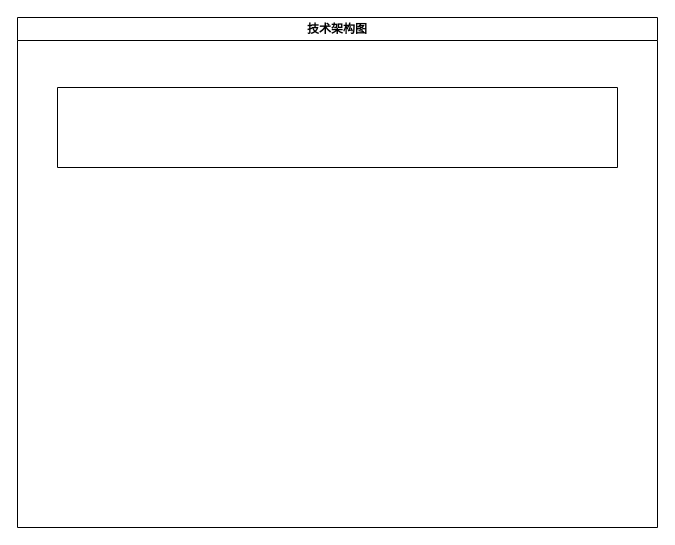
This is biz_flow/虚拟化引擎设计.drawio from hlld3344/diagrams, a draw.io file, before an edit. Source tidied: cells renumbered, new cells numbered last; positions are measured from the earlier drawing's top-left corner, leaving out a move shared by most shapes. Both pictures are drawn from the tidied source at 100%, with x=0, y=0 at pixel (17, 17).
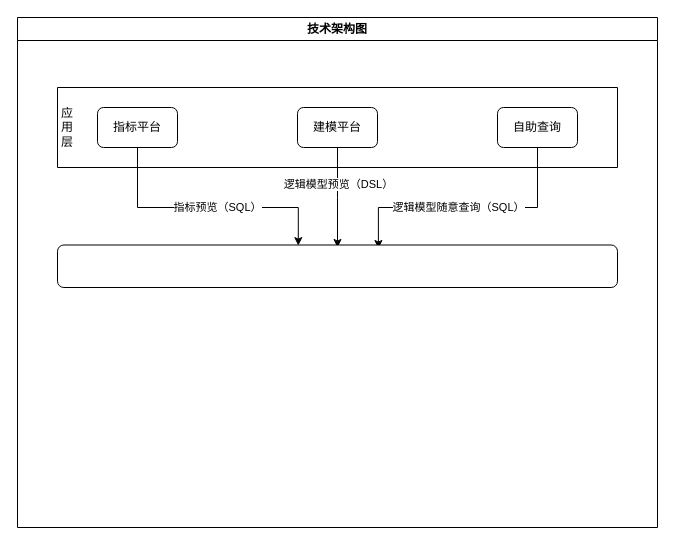
The same page after the edit.

Commit message (it also covers changes not shown here):
更新虚拟化引擎设计.drawio

What changed in the source:
```diff
@@
 <mxGraphModel>
   <root>
     <mxCell id="0" />
     <mxCell id="1" parent="0" />
     <mxCell id="2" value="技术架构图" style="swimlane;whiteSpace=wrap;html=1;" parent="1" vertex="1">
       <mxGeometry width="640" height="510" as="geometry" />
     </mxCell>
     <mxCell id="3" style="swimlane;startSize=0;" parent="2" vertex="1">
       <mxGeometry x="40" y="70" width="560" height="80" as="geometry" />
     </mxCell>
+    <mxCell id="4" value="指标平台" style="rounded=1;whiteSpace=wrap;html=1;" parent="3" vertex="1">
+      <mxGeometry x="40" y="20" width="80" height="40" as="geometry" />
+    </mxCell>
+    <mxCell id="5" value="建模平台" style="rounded=1;whiteSpace=wrap;html=1;" parent="3" vertex="1">
+      <mxGeometry x="240" y="20" width="80" height="40" as="geometry" />
+    </mxCell>
+    <mxCell id="6" value="自助查询" style="rounded=1;whiteSpace=wrap;html=1;" parent="3" vertex="1">
+      <mxGeometry x="440" y="20" width="80" height="40" as="geometry" />
+    </mxCell>
+    <mxCell id="7" value="应用层" style="text;html=1;align=center;verticalAlign=middle;whiteSpace=wrap;rounded=0;" parent="3" vertex="1">
+      <mxGeometry y="25" width="20" height="30" as="geometry" />
+    </mxCell>
+    <mxCell id="8" style="edgeStyle=orthogonalEdgeStyle;rounded=0;jettySize=auto;html=1;exitX=0.5;exitY=1;exitDx=0;exitDy=0;entryX=0.43;entryY=-0.008;entryDx=0;entryDy=0;entryPerimeter=0;" parent="2" edge="1" source="4">
+      <mxGeometry relative="1" as="geometry">
+        <mxPoint x="280.8" y="228.1" as="targetPoint" />
+        <Array as="points">
+          <mxPoint x="120" y="190" />
+          <mxPoint x="281" y="190" />
+        </Array>
+      </mxGeometry>
+    </mxCell>
+    <mxCell id="9" value="指标预览（SQL）" style="edgeLabel;html=1;align=center;verticalAlign=middle;" parent="8" vertex="1">
+      <mxGeometry x="0.07" y="1" relative="1" as="geometry" />
+    </mxCell>
+    <mxCell id="10" style="edgeStyle=orthogonalEdgeStyle;rounded=0;jettySize=auto;html=1;exitX=0.5;exitY=1;exitDx=0;exitDy=0;entryX=0.5;entryY=0;entryDx=0;entryDy=0;" parent="2" edge="1" source="5">
+      <mxGeometry relative="1" as="geometry">
+        <mxPoint x="320" y="230" as="targetPoint" />
+      </mxGeometry>
+    </mxCell>
+    <mxCell id="11" value="逻辑模型预览（DSL）" style="edgeLabel;html=1;align=center;verticalAlign=middle;" parent="10" vertex="1">
+      <mxGeometry x="-0.28" relative="1" as="geometry" />
+    </mxCell>
+    <mxCell id="12" style="edgeStyle=orthogonalEdgeStyle;rounded=0;jettySize=auto;html=1;exitX=0.5;exitY=1;exitDx=0;exitDy=0;entryX=0.573;entryY=0.004;entryDx=0;entryDy=0;entryPerimeter=0;" parent="2" edge="1" source="6">
+      <mxGeometry relative="1" as="geometry">
+        <mxPoint x="360.9" y="231" as="targetPoint" />
+        <Array as="points">
+          <mxPoint x="520" y="190" />
+          <mxPoint x="361" y="190" />
+        </Array>
+      </mxGeometry>
+    </mxCell>
+    <mxCell id="13" value="逻辑模型随意查询（SQL）" style="edgeLabel;html=1;align=center;verticalAlign=middle;" parent="12" vertex="1">
+      <mxGeometry x="0.08" y="-1" relative="1" as="geometry" />
+    </mxCell>
+    <mxCell id="14" style="rounded=1;whiteSpace=wrap;html=1;" parent="2" vertex="1">
+      <mxGeometry x="40" y="227.5" width="560" height="42.5" as="geometry" />
+    </mxCell>
   </root>
 </mxGraphModel>
```
